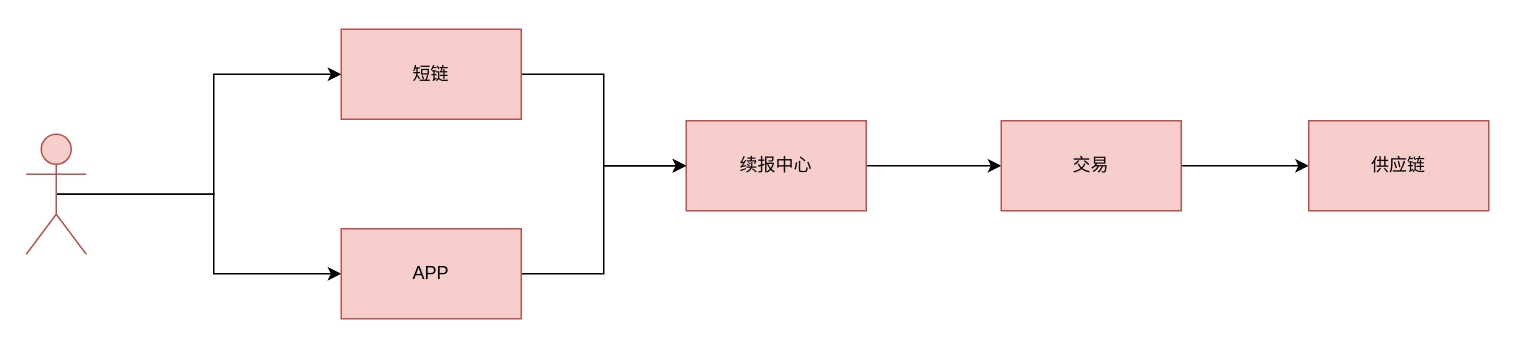
Above: xiwang/续报链路.drawio in LanSeTianYe/draw (draw.io), before the change. Source tidied: cells renumbered, new cells numbered last; positions are measured from the earlier drawing's top-left corner, leaving out a move shared by most shapes. Both pictures are drawn from the tidied source at 150%, with x=0, y=0 at pixel (26, 28).
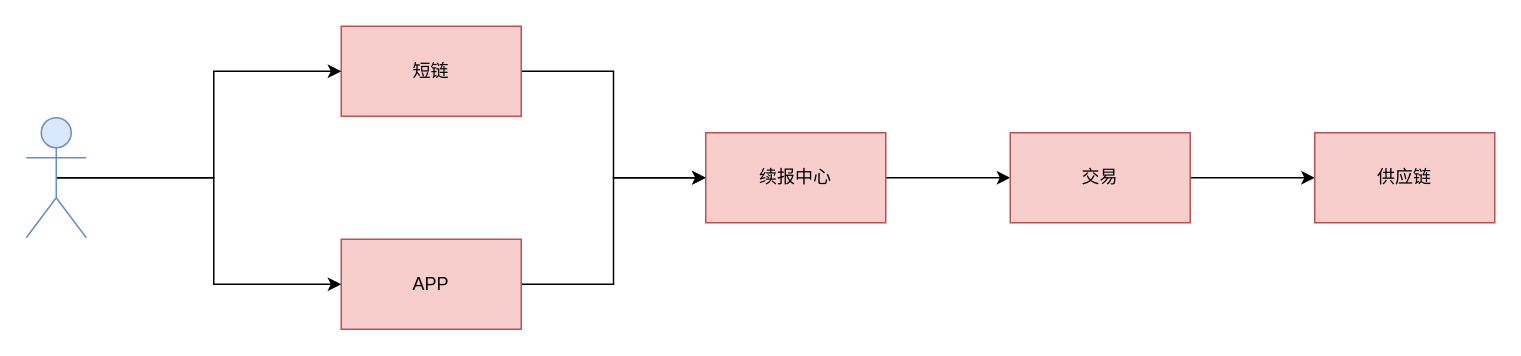
The same diagram, later.

Commit message (it also covers changes not shown here):
更新续报链路.drawio

The edit, as a diff of the source:
```diff
@@
 <mxGraphModel>
   <root>
     <mxCell id="0" />
     <mxCell id="1" parent="0" />
     <mxCell id="2" style="edgeStyle=orthogonalEdgeStyle;rounded=0;jettySize=auto;html=1;exitX=1;exitY=0.5;exitDx=0;exitDy=0;" parent="1" edge="1" source="3" target="9">
       <mxGeometry relative="1" as="geometry" />
     </mxCell>
     <mxCell id="3" value="续报中心" style="rounded=0;whiteSpace=wrap;html=1;fillColor=#f8cecc;strokeColor=#b85450;" parent="1" vertex="1">
-      <mxGeometry x="440" y="61" width="120" height="60" as="geometry" />
+      <mxGeometry x="453" y="69" width="120" height="60" as="geometry" />
     </mxCell>
     <mxCell id="4" style="edgeStyle=orthogonalEdgeStyle;rounded=0;jettySize=auto;html=1;exitX=1;exitY=0.5;exitDx=0;exitDy=0;entryX=0;entryY=0.5;entryDx=0;entryDy=0;" parent="1" edge="1" source="5" target="3">
       <mxGeometry relative="1" as="geometry" />
     </mxCell>
     <mxCell id="5" value="短链" style="rounded=0;whiteSpace=wrap;html=1;fillColor=#f8cecc;strokeColor=#b85450;" parent="1" vertex="1">
-      <mxGeometry x="210" width="120" height="60" as="geometry" />
+      <mxGeometry x="210" y="-2" width="120" height="60" as="geometry" />
     </mxCell>
     <mxCell id="6" style="edgeStyle=orthogonalEdgeStyle;rounded=0;jettySize=auto;html=1;exitX=1;exitY=0.5;exitDx=0;exitDy=0;entryX=0;entryY=0.5;entryDx=0;entryDy=0;" parent="1" edge="1" source="7" target="3">
       <mxGeometry relative="1" as="geometry" />
     </mxCell>
     <mxCell id="7" value="APP" style="rounded=0;whiteSpace=wrap;html=1;fillColor=#f8cecc;strokeColor=#b85450;" parent="1" vertex="1">
-      <mxGeometry x="210" y="133" width="120" height="60" as="geometry" />
+      <mxGeometry x="210" y="140" width="120" height="60" as="geometry" />
     </mxCell>
     <mxCell id="8" style="edgeStyle=orthogonalEdgeStyle;rounded=0;jettySize=auto;html=1;exitX=1;exitY=0.5;exitDx=0;exitDy=0;entryX=0;entryY=0.5;entryDx=0;entryDy=0;" parent="1" edge="1" source="9" target="10">
       <mxGeometry relative="1" as="geometry" />
     </mxCell>
     <mxCell id="9" value="交易" style="rounded=0;whiteSpace=wrap;html=1;fillColor=#f8cecc;strokeColor=#b85450;" parent="1" vertex="1">
-      <mxGeometry x="650" y="61" width="120" height="60" as="geometry" />
+      <mxGeometry x="656" y="69" width="120" height="60" as="geometry" />
     </mxCell>
     <mxCell id="10" value="供应链" style="rounded=0;whiteSpace=wrap;html=1;fillColor=#f8cecc;strokeColor=#b85450;" parent="1" vertex="1">
-      <mxGeometry x="855" y="61" width="120" height="60" as="geometry" />
+      <mxGeometry x="859" y="69" width="120" height="60" as="geometry" />
     </mxCell>
     <mxCell id="11" style="edgeStyle=orthogonalEdgeStyle;rounded=0;jettySize=auto;html=1;exitX=0.5;exitY=0.5;exitDx=0;exitDy=0;exitPerimeter=0;entryX=0;entryY=0.5;entryDx=0;entryDy=0;" parent="1" edge="1" source="13" target="5">
       <mxGeometry relative="1" as="geometry" />
     </mxCell>
     <mxCell id="12" style="edgeStyle=orthogonalEdgeStyle;rounded=0;jettySize=auto;html=1;exitX=0.5;exitY=0.5;exitDx=0;exitDy=0;exitPerimeter=0;entryX=0;entryY=0.5;entryDx=0;entryDy=0;" parent="1" edge="1" source="13" target="7">
       <mxGeometry relative="1" as="geometry" />
     </mxCell>
-    <mxCell id="13" style="shape=umlActor;verticalLabelPosition=bottom;verticalAlign=top;html=1;outlineConnect=0;fillColor=#f8cecc;strokeColor=#b85450;" parent="1" vertex="1">
-      <mxGeometry y="70" width="40" height="80" as="geometry" />
+    <mxCell id="13" style="shape=umlActor;verticalLabelPosition=bottom;verticalAlign=top;html=1;outlineConnect=0;fillColor=#dae8fc;strokeColor=#6c8ebf;" parent="1" vertex="1">
+      <mxGeometry y="59" width="40" height="80" as="geometry" />
     </mxCell>
   </root>
 </mxGraphModel>
```
